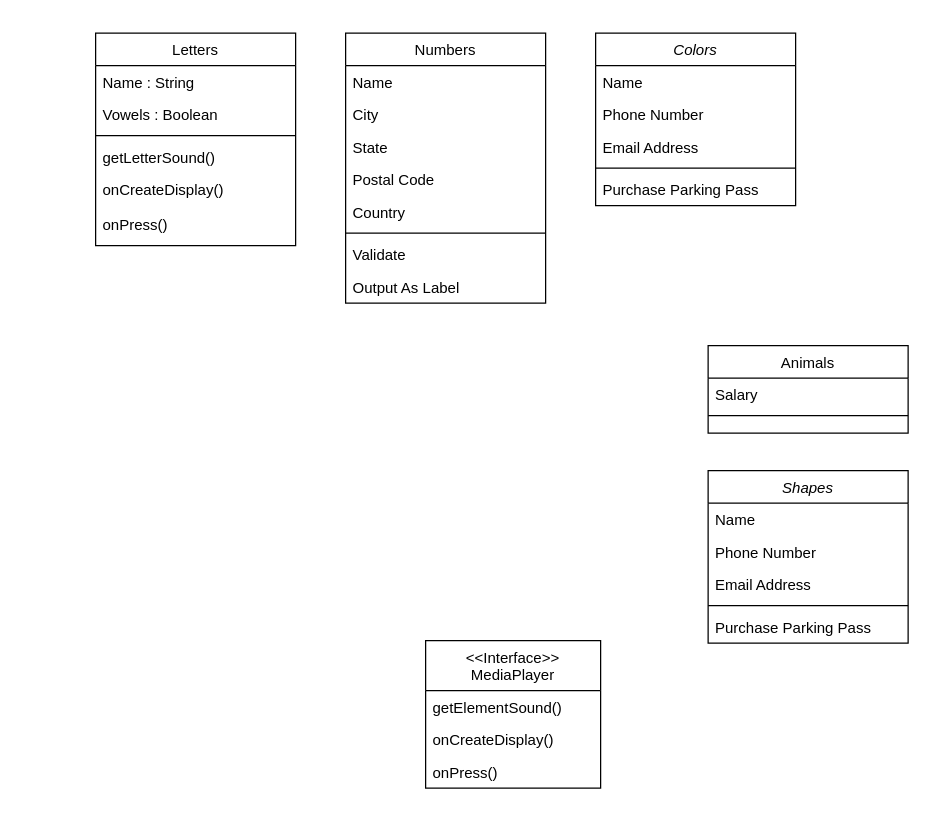
The draw.io diagram UML.drawio in Austin-Earl-Private/ChildrenLearningApp, before the edit. Source tidied: cells renumbered, new cells numbered last; positions are measured from the earlier drawing's top-left corner, leaving out a move shared by most shapes. Both pictures are drawn from the tidied source at 125%, with x=0, y=0 at pixel (95, 32).
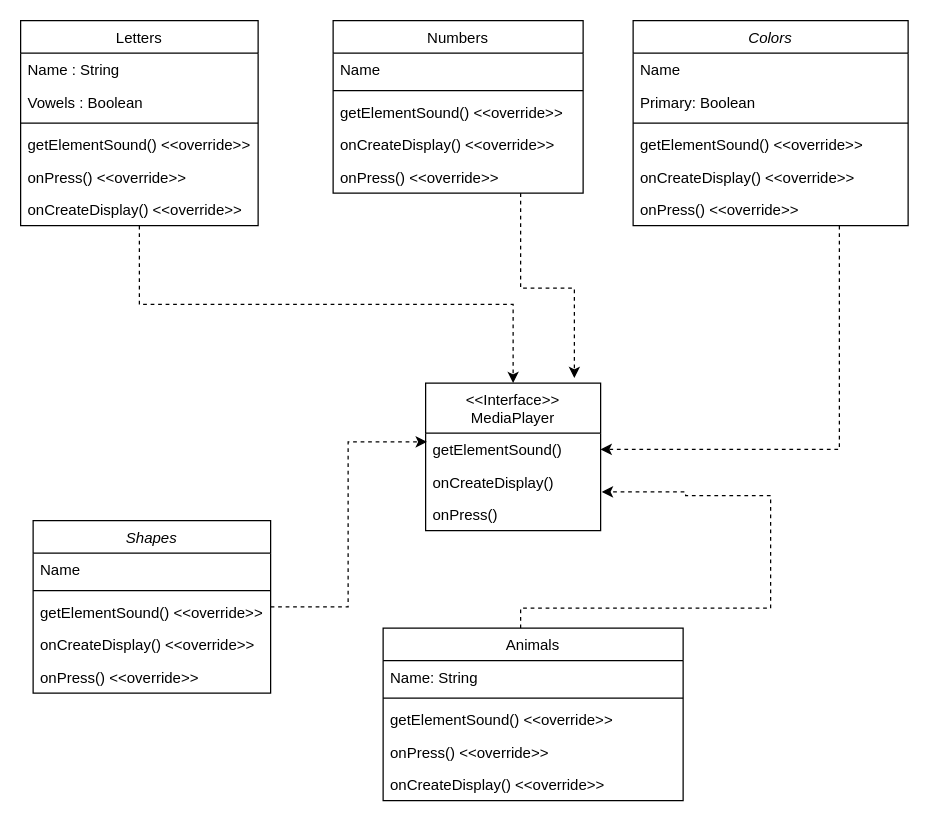
The same page after the edit.

Commit message:
Update UML.drawio almost all

The change refers to these unchanged cells:
```xml
<mxCell id="34" value="getElementSound()" style="text;strokeColor=none;fillColor=none;align=left;verticalAlign=top;spacingLeft=4;spacingRight=4;overflow=hidden;points=[[0,0.5],[1,0.5]];portConstraint=eastwest;" parent="33" vertex="1">
  <mxGeometry y="40" width="140" height="26" as="geometry" />
</mxCell>
<mxCell id="36" value="onPress()" style="text;strokeColor=none;fillColor=none;align=left;verticalAlign=top;spacingLeft=4;spacingRight=4;overflow=hidden;points=[[0,0.5],[1,0.5]];portConstraint=eastwest;" parent="33" vertex="1">
  <mxGeometry y="92" width="140" height="26" as="geometry" />
</mxCell>
```

What changed in the source:
```diff
@@
+    <mxCell id="37" style="edgeStyle=orthogonalEdgeStyle;rounded=0;jettySize=auto;html=1;exitX=1;exitY=0.5;exitDx=0;exitDy=0;entryX=0.007;entryY=0.269;entryDx=0;entryDy=0;entryPerimeter=0;dashed=1;" parent="1" edge="1" source="2" target="34">
+      <mxGeometry relative="1" as="geometry" />
+    </mxCell>
     <mxCell id="2" value="Shapes" style="swimlane;fontStyle=2;align=center;verticalAlign=top;horizontal=1;startSize=26;rounded=0;shadow=0;strokeWidth=1;" parent="1" vertex="1">
-      <mxGeometry x="490" y="350" width="160" height="138" as="geometry" />
+      <mxGeometry x="-50" y="390" width="190" height="138" as="geometry" />
     </mxCell>
     <mxCell id="3" value="Name" style="text;align=left;verticalAlign=top;spacingLeft=4;spacingRight=4;overflow=hidden;" parent="2" vertex="1">
-      <mxGeometry y="26" width="160" height="26" as="geometry" />
+      <mxGeometry y="26" width="190" height="26" as="geometry" />
     </mxCell>
-    <mxCell id="4" value="Phone Number" style="text;align=left;verticalAlign=top;spacingLeft=4;spacingRight=4;overflow=hidden;rounded=0;shadow=0;html=0;" parent="2" vertex="1">
-      <mxGeometry y="52" width="160" height="26" as="geometry" />
-    </mxCell>
-    <mxCell id="5" value="Email Address" style="text;align=left;verticalAlign=top;spacingLeft=4;spacingRight=4;overflow=hidden;rounded=0;shadow=0;html=0;" parent="2" vertex="1">
-      <mxGeometry y="78" width="160" height="26" as="geometry" />
-    </mxCell>
     <mxCell id="6" style="line;html=1;strokeWidth=1;align=left;verticalAlign=middle;spacingTop=-1;spacingLeft=3;spacingRight=3;labelPosition=right;" parent="2" vertex="1">
-      <mxGeometry y="104" width="160" height="8" as="geometry" />
+      <mxGeometry y="52" width="190" height="8" as="geometry" />
     </mxCell>
-    <mxCell id="7" value="Purchase Parking Pass" style="text;align=left;verticalAlign=top;spacingLeft=4;spacingRight=4;overflow=hidden;" parent="2" vertex="1">
-      <mxGeometry y="112" width="160" height="26" as="geometry" />
-    </mxCell>
+    <mxCell id="38" value="getElementSound() &lt;&lt;override&gt;&gt;" style="text;strokeColor=none;fillColor=none;align=left;verticalAlign=top;spacingLeft=4;spacingRight=4;overflow=hidden;" parent="2" vertex="1">
+      <mxGeometry y="60" width="190" height="26" as="geometry" />
+    </mxCell>
+    <mxCell id="39" value="onCreateDisplay() &lt;&lt;override&gt;&gt;" style="text;strokeColor=none;fillColor=none;align=left;verticalAlign=top;spacingLeft=4;spacingRight=4;overflow=hidden;" parent="2" vertex="1">
+      <mxGeometry y="86" width="190" height="26" as="geometry" />
+    </mxCell>
+    <mxCell id="40" value="onPress() &lt;&lt;override&gt;&gt;" style="text;strokeColor=none;fillColor=none;align=left;verticalAlign=top;spacingLeft=4;spacingRight=4;overflow=hidden;" parent="2" vertex="1">
+      <mxGeometry y="112" width="190" height="26" as="geometry" />
+    </mxCell>
+    <mxCell id="41" style="edgeStyle=orthogonalEdgeStyle;rounded=0;jettySize=auto;html=1;exitX=0.5;exitY=1;exitDx=0;exitDy=0;dashed=1;" parent="1" edge="1" source="8" target="33">
+      <mxGeometry relative="1" as="geometry" />
+    </mxCell>
     <mxCell id="8" value="Letters" style="swimlane;fontStyle=0;align=center;verticalAlign=top;horizontal=1;startSize=26;rounded=0;shadow=0;strokeWidth=1;" parent="1" vertex="1">
-      <mxGeometry width="160" height="170" as="geometry" />
+      <mxGeometry x="-60" y="-10" width="190" height="164" as="geometry" />
     </mxCell>
     <mxCell id="9" value="Name : String" style="text;align=left;verticalAlign=top;spacingLeft=4;spacingRight=4;overflow=hidden;" parent="8" vertex="1">
-      <mxGeometry y="26" width="160" height="26" as="geometry" />
+      <mxGeometry y="26" width="190" height="26" as="geometry" />
     </mxCell>
     <mxCell id="10" value="Vowels : Boolean" style="text;align=left;verticalAlign=top;spacingLeft=4;spacingRight=4;overflow=hidden;rounded=0;shadow=0;html=0;" parent="8" vertex="1">
-      <mxGeometry y="52" width="160" height="26" as="geometry" />
+      <mxGeometry y="52" width="190" height="26" as="geometry" />
     </mxCell>
     <mxCell id="11" style="line;html=1;strokeWidth=1;align=left;verticalAlign=middle;spacingTop=-1;spacingLeft=3;spacingRight=3;labelPosition=right;" parent="8" vertex="1">
-      <mxGeometry y="78" width="160" height="8" as="geometry" />
+      <mxGeometry y="78" width="190" height="8" as="geometry" />
     </mxCell>
-    <mxCell id="12" value="getLetterSound()" style="text;align=left;verticalAlign=top;spacingLeft=4;spacingRight=4;overflow=hidden;fontStyle=0;" parent="8" vertex="1">
-      <mxGeometry y="86" width="160" height="26" as="geometry" />
-    </mxCell>
-    <mxCell id="13" value="onCreateDisplay()" style="text;align=left;verticalAlign=top;spacingLeft=4;spacingRight=4;overflow=hidden;" parent="8" vertex="1">
-      <mxGeometry y="112" width="160" height="28" as="geometry" />
-    </mxCell>
-    <mxCell id="14" value="onPress()" style="text;strokeColor=none;fillColor=none;align=left;verticalAlign=top;spacingLeft=4;spacingRight=4;overflow=hidden;" parent="8" vertex="1">
-      <mxGeometry y="140" width="160" height="26" as="geometry" />
-    </mxCell>
+    <mxCell id="42" value="getElementSound() &lt;&lt;override&gt;&gt;" style="text;strokeColor=none;fillColor=none;align=left;verticalAlign=top;spacingLeft=4;spacingRight=4;overflow=hidden;" parent="8" vertex="1">
+      <mxGeometry y="86" width="190" height="26" as="geometry" />
+    </mxCell>
+    <mxCell id="43" value="onPress() &lt;&lt;override&gt;&gt;" style="text;strokeColor=none;fillColor=none;align=left;verticalAlign=top;spacingLeft=4;spacingRight=4;overflow=hidden;" parent="8" vertex="1">
+      <mxGeometry y="112" width="190" height="26" as="geometry" />
+    </mxCell>
+    <mxCell id="44" value="onCreateDisplay() &lt;&lt;override&gt;&gt;" style="text;strokeColor=none;fillColor=none;align=left;verticalAlign=top;spacingLeft=4;spacingRight=4;overflow=hidden;" parent="8" vertex="1">
+      <mxGeometry y="138" width="190" height="26" as="geometry" />
+    </mxCell>
+    <mxCell id="45" style="edgeStyle=orthogonalEdgeStyle;rounded=0;jettySize=auto;html=1;entryX=1.007;entryY=-0.192;entryDx=0;entryDy=0;entryPerimeter=0;dashed=1;" parent="1" edge="1" source="15" target="36">
+      <mxGeometry relative="1" as="geometry">
+        <Array as="points">
+          <mxPoint x="340" y="460" />
+          <mxPoint x="540" y="460" />
+          <mxPoint x="540" y="370" />
+          <mxPoint x="472" y="370" />
+          <mxPoint x="472" y="367" />
+        </Array>
+      </mxGeometry>
+    </mxCell>
     <mxCell id="15" value="Animals" style="swimlane;fontStyle=0;align=center;verticalAlign=top;horizontal=1;startSize=26;rounded=0;shadow=0;strokeWidth=1;" parent="1" vertex="1">
-      <mxGeometry x="490" y="250" width="160" height="70" as="geometry" />
+      <mxGeometry x="230" y="476" width="240" height="138" as="geometry" />
     </mxCell>
-    <mxCell id="16" value="Salary" style="text;align=left;verticalAlign=top;spacingLeft=4;spacingRight=4;overflow=hidden;" parent="15" vertex="1">
-      <mxGeometry y="26" width="160" height="26" as="geometry" />
+    <mxCell id="16" value="Name: String" style="text;align=left;verticalAlign=top;spacingLeft=4;spacingRight=4;overflow=hidden;" parent="15" vertex="1">
+      <mxGeometry y="26" width="240" height="26" as="geometry" />
     </mxCell>
     <mxCell id="17" style="line;html=1;strokeWidth=1;align=left;verticalAlign=middle;spacingTop=-1;spacingLeft=3;spacingRight=3;labelPosition=right;" parent="15" vertex="1">
-      <mxGeometry y="52" width="160" height="8" as="geometry" />
+      <mxGeometry y="52" width="240" height="8" as="geometry" />
     </mxCell>
+    <mxCell id="46" value="getElementSound() &lt;&lt;override&gt;&gt;" style="text;strokeColor=none;fillColor=none;align=left;verticalAlign=top;spacingLeft=4;spacingRight=4;overflow=hidden;" parent="15" vertex="1">
+      <mxGeometry y="60" width="240" height="26" as="geometry" />
+    </mxCell>
+    <mxCell id="47" value="onPress() &lt;&lt;override&gt;&gt;" style="text;strokeColor=none;fillColor=none;align=left;verticalAlign=top;spacingLeft=4;spacingRight=4;overflow=hidden;" parent="15" vertex="1">
+      <mxGeometry y="86" width="240" height="26" as="geometry" />
+    </mxCell>
+    <mxCell id="48" value="onCreateDisplay() &lt;&lt;override&gt;&gt;" style="text;strokeColor=none;fillColor=none;align=left;verticalAlign=top;spacingLeft=4;spacingRight=4;overflow=hidden;" parent="15" vertex="1">
+      <mxGeometry y="112" width="240" height="26" as="geometry" />
+    </mxCell>
+    <mxCell id="49" style="edgeStyle=orthogonalEdgeStyle;rounded=0;jettySize=auto;html=1;exitX=0.75;exitY=1;exitDx=0;exitDy=0;entryX=0.85;entryY=-0.034;entryDx=0;entryDy=0;entryPerimeter=0;dashed=1;" parent="1" edge="1" source="18" target="33">
+      <mxGeometry relative="1" as="geometry" />
+    </mxCell>
     <mxCell id="18" value="Numbers" style="swimlane;fontStyle=0;align=center;verticalAlign=top;horizontal=1;startSize=26;rounded=0;shadow=0;strokeWidth=1;" parent="1" vertex="1">
-      <mxGeometry x="200" width="160" height="216" as="geometry" />
+      <mxGeometry x="190" y="-10" width="200" height="138" as="geometry" />
     </mxCell>
     <mxCell id="19" value="Name" style="text;align=left;verticalAlign=top;spacingLeft=4;spacingRight=4;overflow=hidden;" parent="18" vertex="1">
-      <mxGeometry y="26" width="160" height="26" as="geometry" />
+      <mxGeometry y="26" width="200" height="26" as="geometry" />
     </mxCell>
-    <mxCell id="20" value="City" style="text;align=left;verticalAlign=top;spacingLeft=4;spacingRight=4;overflow=hidden;rounded=0;shadow=0;html=0;" parent="18" vertex="1">
-      <mxGeometry y="52" width="160" height="26" as="geometry" />
-    </mxCell>
-    <mxCell id="21" value="State" style="text;align=left;verticalAlign=top;spacingLeft=4;spacingRight=4;overflow=hidden;rounded=0;shadow=0;html=0;" parent="18" vertex="1">
-      <mxGeometry y="78" width="160" height="26" as="geometry" />
-    </mxCell>
-    <mxCell id="22" value="Postal Code" style="text;align=left;verticalAlign=top;spacingLeft=4;spacingRight=4;overflow=hidden;rounded=0;shadow=0;html=0;" parent="18" vertex="1">
-      <mxGeometry y="104" width="160" height="26" as="geometry" />
-    </mxCell>
-    <mxCell id="23" value="Country" style="text;align=left;verticalAlign=top;spacingLeft=4;spacingRight=4;overflow=hidden;rounded=0;shadow=0;html=0;" parent="18" vertex="1">
-      <mxGeometry y="130" width="160" height="26" as="geometry" />
-    </mxCell>
     <mxCell id="24" style="line;html=1;strokeWidth=1;align=left;verticalAlign=middle;spacingTop=-1;spacingLeft=3;spacingRight=3;labelPosition=right;" parent="18" vertex="1">
-      <mxGeometry y="156" width="160" height="8" as="geometry" />
+      <mxGeometry y="52" width="200" height="8" as="geometry" />
     </mxCell>
-    <mxCell id="25" value="Validate" style="text;align=left;verticalAlign=top;spacingLeft=4;spacingRight=4;overflow=hidden;" parent="18" vertex="1">
-      <mxGeometry y="164" width="160" height="26" as="geometry" />
-    </mxCell>
-    <mxCell id="26" value="Output As Label" style="text;align=left;verticalAlign=top;spacingLeft=4;spacingRight=4;overflow=hidden;" parent="18" vertex="1">
-      <mxGeometry y="190" width="160" height="26" as="geometry" />
-    </mxCell>
+    <mxCell id="50" value="getElementSound() &lt;&lt;override&gt;&gt;" style="text;strokeColor=none;fillColor=none;align=left;verticalAlign=top;spacingLeft=4;spacingRight=4;overflow=hidden;" parent="18" vertex="1">
+      <mxGeometry y="60" width="200" height="26" as="geometry" />
+    </mxCell>
+    <mxCell id="51" value="onCreateDisplay() &lt;&lt;override&gt;&gt;" style="text;strokeColor=none;fillColor=none;align=left;verticalAlign=top;spacingLeft=4;spacingRight=4;overflow=hidden;" parent="18" vertex="1">
+      <mxGeometry y="86" width="200" height="26" as="geometry" />
+    </mxCell>
+    <mxCell id="52" value="onPress() &lt;&lt;override&gt;&gt;" style="text;strokeColor=none;fillColor=none;align=left;verticalAlign=top;spacingLeft=4;spacingRight=4;overflow=hidden;" parent="18" vertex="1">
+      <mxGeometry y="112" width="200" height="26" as="geometry" />
+    </mxCell>
+    <mxCell id="53" style="edgeStyle=orthogonalEdgeStyle;rounded=0;jettySize=auto;html=1;exitX=0.75;exitY=1;exitDx=0;exitDy=0;entryX=1;entryY=0.5;entryDx=0;entryDy=0;dashed=1;" parent="1" edge="1" source="27" target="34">
+      <mxGeometry relative="1" as="geometry" />
+    </mxCell>
     <mxCell id="27" value="Colors" style="swimlane;fontStyle=2;align=center;verticalAlign=top;horizontal=1;startSize=26;rounded=0;shadow=0;strokeWidth=1;" parent="1" vertex="1">
-      <mxGeometry x="400" width="160" height="138" as="geometry" />
+      <mxGeometry x="430" y="-10" width="220" height="164" as="geometry" />
     </mxCell>
     <mxCell id="28" value="Name" style="text;align=left;verticalAlign=top;spacingLeft=4;spacingRight=4;overflow=hidden;" parent="27" vertex="1">
-      <mxGeometry y="26" width="160" height="26" as="geometry" />
+      <mxGeometry y="26" width="220" height="26" as="geometry" />
     </mxCell>
-    <mxCell id="29" value="Phone Number" style="text;align=left;verticalAlign=top;spacingLeft=4;spacingRight=4;overflow=hidden;rounded=0;shadow=0;html=0;" parent="27" vertex="1">
-      <mxGeometry y="52" width="160" height="26" as="geometry" />
+    <mxCell id="29" value="Primary: Boolean" style="text;align=left;verticalAlign=top;spacingLeft=4;spacingRight=4;overflow=hidden;rounded=0;shadow=0;html=0;" parent="27" vertex="1">
+      <mxGeometry y="52" width="220" height="26" as="geometry" />
     </mxCell>
-    <mxCell id="30" value="Email Address" style="text;align=left;verticalAlign=top;spacingLeft=4;spacingRight=4;overflow=hidden;rounded=0;shadow=0;html=0;" parent="27" vertex="1">
-      <mxGeometry y="78" width="160" height="26" as="geometry" />
-    </mxCell>
     <mxCell id="31" style="line;html=1;strokeWidth=1;align=left;verticalAlign=middle;spacingTop=-1;spacingLeft=3;spacingRight=3;labelPosition=right;" parent="27" vertex="1">
-      <mxGeometry y="104" width="160" height="8" as="geometry" />
+      <mxGeometry y="78" width="220" height="8" as="geometry" />
     </mxCell>
-    <mxCell id="32" value="Purchase Parking Pass" style="text;align=left;verticalAlign=top;spacingLeft=4;spacingRight=4;overflow=hidden;" parent="27" vertex="1">
-      <mxGeometry y="112" width="160" height="26" as="geometry" />
-    </mxCell>
+    <mxCell id="54" value="getElementSound() &lt;&lt;override&gt;&gt;" style="text;strokeColor=none;fillColor=none;align=left;verticalAlign=top;spacingLeft=4;spacingRight=4;overflow=hidden;" parent="27" vertex="1">
+      <mxGeometry y="86" width="220" height="26" as="geometry" />
+    </mxCell>
+    <mxCell id="55" value="onCreateDisplay() &lt;&lt;override&gt;&gt;" style="text;strokeColor=none;fillColor=none;align=left;verticalAlign=top;spacingLeft=4;spacingRight=4;overflow=hidden;" parent="27" vertex="1">
+      <mxGeometry y="112" width="220" height="26" as="geometry" />
+    </mxCell>
+    <mxCell id="56" value="onPress() &lt;&lt;override&gt;&gt;" style="text;strokeColor=none;fillColor=none;align=left;verticalAlign=top;spacingLeft=4;spacingRight=4;overflow=hidden;" parent="27" vertex="1">
+      <mxGeometry y="138" width="220" height="26" as="geometry" />
+    </mxCell>
     <mxCell id="33" value="&#10;&lt;&lt;Interface&gt;&gt;&#10;MediaPlayer&#10;" style="swimlane;fontStyle=0;horizontal=1;startSize=40;fillColor=none;" parent="1" vertex="1">
-      <mxGeometry x="264" y="486" width="140" height="118" as="geometry" />
+      <mxGeometry x="264" y="280" width="140" height="118" as="geometry" />
     </mxCell>
```
